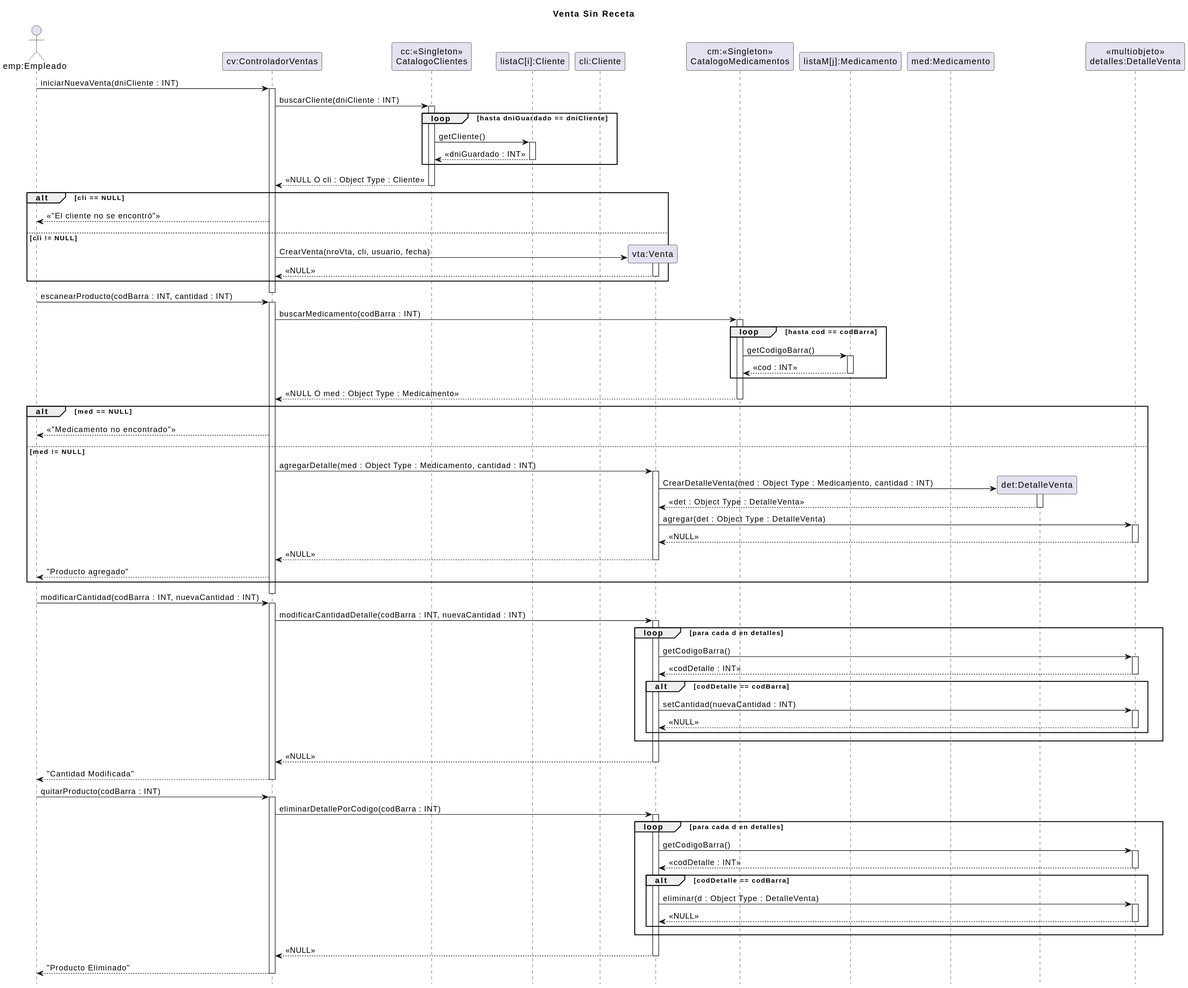
Above: 08 - Diagramas de Secuencia de Diseño/Venta/VentaSinReceta.svg in zEzequR/PF-I (PlantUML), before the change.
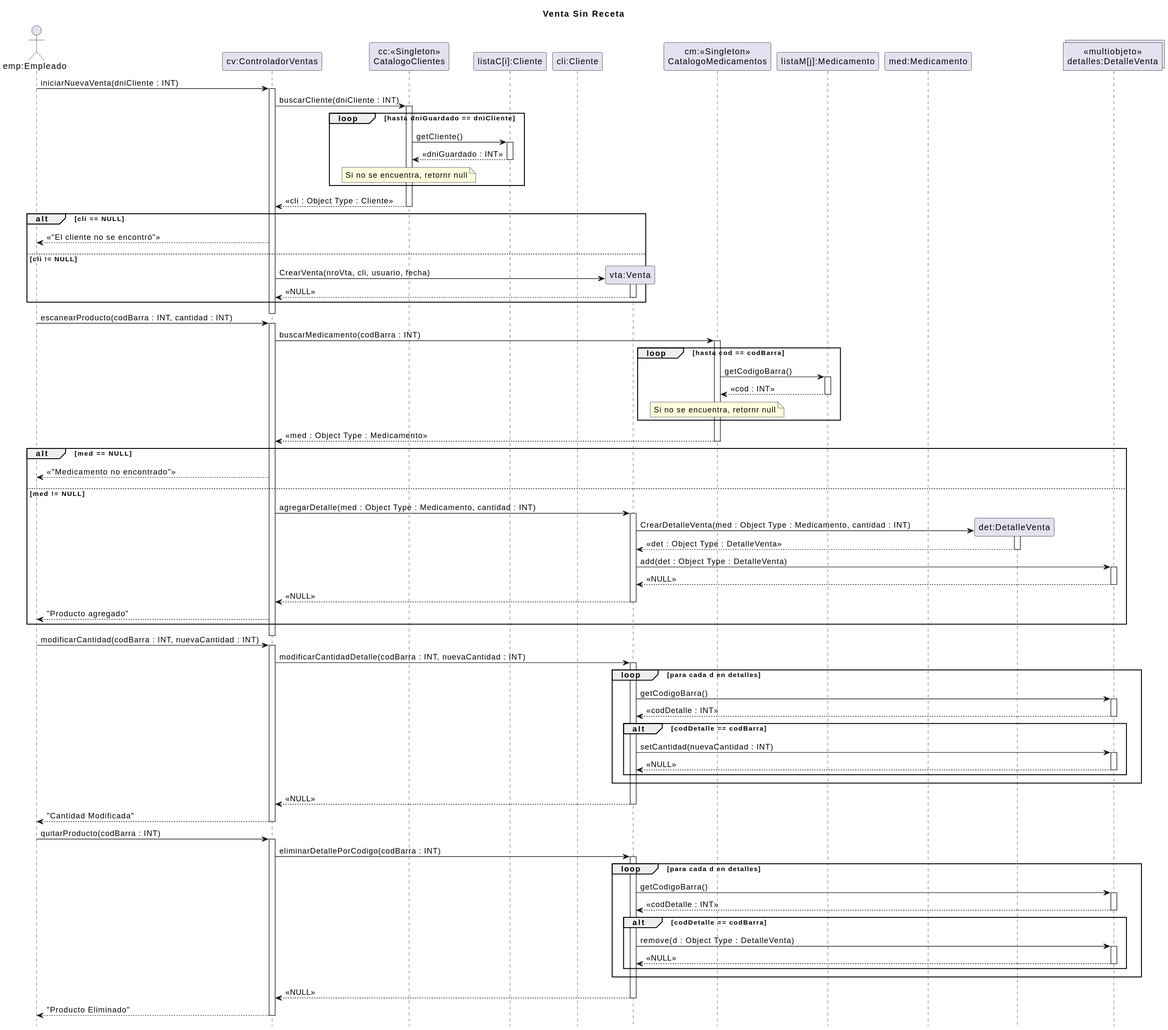
Above is the later version.

The edit, as a diff of the source:
```diff
@@ -13,7 +13,7 @@
 participant "listaM[j]:Medicamento" as itemMed
 participant "med:Medicamento" as med
 participant "det:DetalleVenta" as det
-participant "«multiobjeto»\ndetalles:DetalleVenta" as lineas
+collections "«multiobjeto»\ndetalles:DetalleVenta" as lineas
 
 emp -> cv : iniciarNuevaVenta(dniCliente : INT)
 activate cv
@@ -25,8 +25,9 @@
     activate itemCli
     itemCli --> cc : <<dniGuardado : INT>>
     deactivate itemCli
+    note over of cc: Si no se encuentra, retornr null
 end
-cc --> cv : <<NULL O cli : Object Type : Cliente>>
+cc --> cv : << cli : Object Type : Cliente>>
 deactivate cc
 
 alt cli == NULL
@@ -50,8 +51,9 @@
     activate itemMed
     itemMed --> cm : <<cod : INT>>
     deactivate itemMed
+    note over of cm: Si no se encuentra, retornr null
 end
-cm --> cv : << NULL O med : Object Type : Medicamento>>
+cm --> cv : << med : Object Type : Medicamento>>
 deactivate cm
 
 alt med == NULL
@@ -66,7 +68,7 @@
     det --> vta : <<det : Object Type : DetalleVenta>>
     deactivate det
 
-    vta -> lineas : agregar(det : Object Type : DetalleVenta)
+    vta -> lineas : add(det : Object Type : DetalleVenta)
     activate lineas
     lineas --> vta : <<NULL>>
     deactivate lineas
@@ -114,7 +116,7 @@
         deactivate lineas
 
         alt codDetalle == codBarra
-             vta -> lineas : eliminar(d : Object Type : DetalleVenta)
+             vta -> lineas : remove(d : Object Type : DetalleVenta)
              activate lineas
              lineas --> vta : <<NULL>>
              deactivate lineas
```
